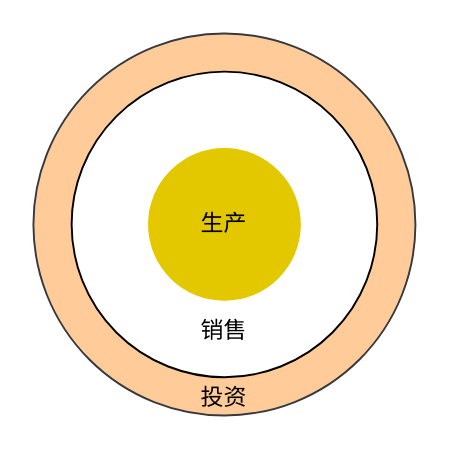
Above: 熟鸡蛋财富结构.drawio in yanhanfrontend/draw.io.workspace (draw.io), before the change. Source tidied: cells renumbered, new cells numbered last; positions are measured from the earlier drawing's top-left corner, leaving out a move shared by most shapes. Both pictures are drawn from the tidied source at 191%, with x=0, y=0 at pixel (32, 32).
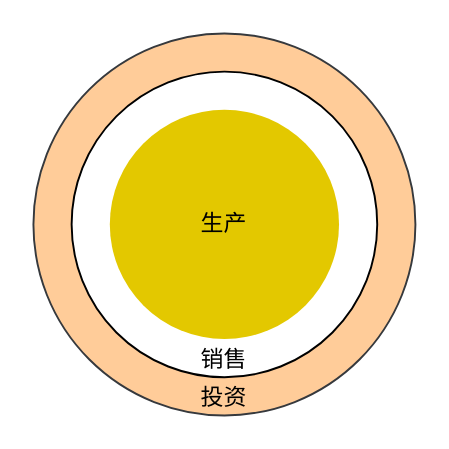
Above is the later version.

Commit message (it also covers changes not shown here):
更新熟鸡蛋财富结构.drawio

Change to the diagram source:
```diff
@@
 <mxGraphModel>
   <root>
     <mxCell id="0" />
     <mxCell id="1" parent="0" />
     <mxCell id="2" value="投资" style="ellipse;whiteSpace=wrap;html=1;fillColor=#ffcc99;strokeColor=#36393d;verticalAlign=bottom;" parent="1" vertex="1">
       <mxGeometry width="200" height="200" as="geometry" />
     </mxCell>
-    <mxCell id="3" value="销售&lt;div&gt;&lt;br&gt;&lt;/div&gt;" style="ellipse;whiteSpace=wrap;html=1;strokeColor=default;verticalAlign=bottom;" parent="1" vertex="1">
+    <mxCell id="3" value="销售" style="ellipse;whiteSpace=wrap;html=1;strokeColor=default;verticalAlign=bottom;" parent="1" vertex="1">
       <mxGeometry x="20" y="20" width="160" height="160" as="geometry" />
     </mxCell>
     <mxCell id="4" value="生产" style="ellipse;whiteSpace=wrap;html=1;fillColor=#e3c800;strokeColor=none;gradientDirection=radial;fontColor=#000000;" parent="1" vertex="1">
-      <mxGeometry x="60" y="60" width="80" height="80" as="geometry" />
+      <mxGeometry x="40" y="40" width="120" height="120" as="geometry" />
     </mxCell>
   </root>
 </mxGraphModel>
```
